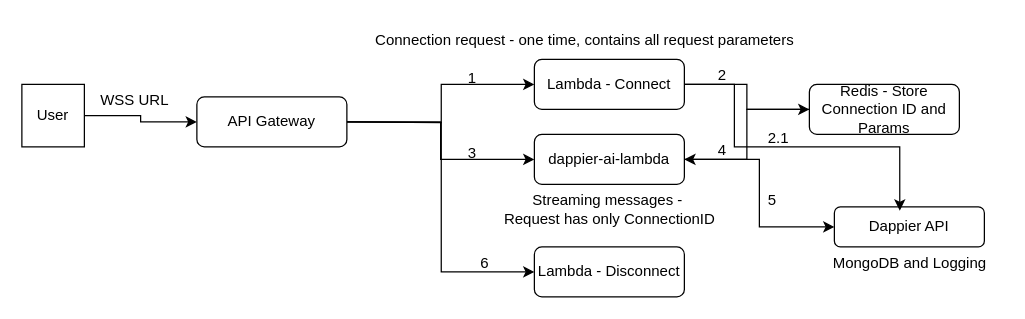
Above: utilities/Untitled Diagram.drawio in bloodyburger/datanix (draw.io), before the change. Source tidied: cells renumbered, new cells numbered last; positions are measured from the earlier drawing's top-left corner, leaving out a move shared by most shapes. Both pictures are drawn from the tidied source at 125%, with x=0, y=0 at pixel (21, 21).
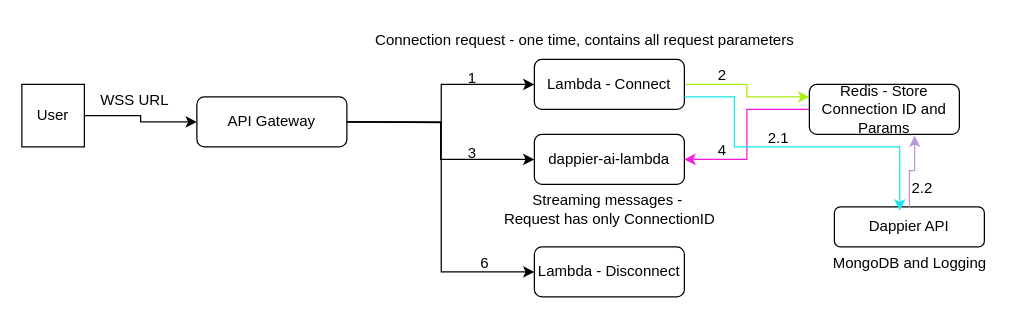
The same page after the edit.

Unchanged cells that the change refers to:
```xml
<mxCell id="7" value="Lambda - Connect" style="rounded=1;whiteSpace=wrap;html=1;" parent="1" vertex="1">
  <mxGeometry x="410" y="30" width="120" height="40" as="geometry" />
</mxCell>
<mxCell id="9" value="dappier-ai-lambda" style="rounded=1;whiteSpace=wrap;html=1;" parent="1" vertex="1">
  <mxGeometry x="410" y="90" width="120" height="40" as="geometry" />
</mxCell>
<mxCell id="17" value="Redis - Store Connection ID and Params" style="rounded=1;whiteSpace=wrap;html=1;" parent="1" vertex="1">
  <mxGeometry x="630" y="50" width="120" height="40" as="geometry" />
</mxCell>
<mxCell id="23" value="Dappier API" style="rounded=1;whiteSpace=wrap;html=1;" parent="1" vertex="1">
  <mxGeometry x="650" y="148" width="120" height="32" as="geometry" />
</mxCell>
```

What changed in the source:
```diff
@@
-    <mxCell id="6" style="edgeStyle=orthogonalEdgeStyle;rounded=0;jettySize=auto;html=1;entryX=0;entryY=0.5;entryDx=0;entryDy=0;" parent="1" edge="1" source="7" target="17">
-      <mxGeometry relative="1" as="geometry" />
+    <mxCell id="6" style="edgeStyle=orthogonalEdgeStyle;rounded=0;jettySize=auto;html=1;entryX=0;entryY=0.25;entryDx=0;entryDy=0;strokeColor=#a8ee11;" parent="1" edge="1" source="7" target="17">
+      <mxGeometry relative="1" as="geometry">
+        <Array as="points">
+          <mxPoint x="580" y="50" />
+          <mxPoint x="580" y="60" />
+        </Array>
+      </mxGeometry>
     </mxCell>
@@
-    <mxCell id="8" style="edgeStyle=orthogonalEdgeStyle;rounded=0;jettySize=auto;html=1;exitX=1;exitY=0.5;exitDx=0;exitDy=0;entryX=0;entryY=0.5;entryDx=0;entryDy=0;" parent="1" edge="1" source="9" target="23">
-      <mxGeometry relative="1" as="geometry" />
-    </mxCell>
@@
-    <mxCell id="16" style="edgeStyle=orthogonalEdgeStyle;rounded=0;jettySize=auto;html=1;entryX=1;entryY=0.5;entryDx=0;entryDy=0;" parent="1" edge="1" source="17" target="9">
+    <mxCell id="16" style="edgeStyle=orthogonalEdgeStyle;rounded=0;jettySize=auto;html=1;entryX=1;entryY=0.5;entryDx=0;entryDy=0;strokeColor=#FF17E0;" parent="1" edge="1" source="17" target="9">
       <mxGeometry relative="1" as="geometry" />
     </mxCell>
@@
-    <mxCell id="25" value="5" style="text;html=1;align=center;verticalAlign=middle;strokeColor=none;fillColor=none;" parent="1" vertex="1">
-      <mxGeometry x="585" y="128" width="30" height="30" as="geometry" />
-    </mxCell>
-    <mxCell id="26" style="edgeStyle=orthogonalEdgeStyle;rounded=0;jettySize=auto;html=1;entryX=0.436;entryY=0.094;entryDx=0;entryDy=0;entryPerimeter=0;" parent="1" edge="1" source="7" target="23">
+    <mxCell id="26" style="edgeStyle=orthogonalEdgeStyle;rounded=0;jettySize=auto;html=1;entryX=0.436;entryY=0.094;entryDx=0;entryDy=0;entryPerimeter=0;strokeColor=#1ae6ea;" parent="1" edge="1" source="7" target="23">
       <mxGeometry relative="1" as="geometry">
         <Array as="points">
-          <mxPoint x="570" y="50" />
+          <mxPoint x="570" y="60" />
           <mxPoint x="570" y="100" />
           <mxPoint x="702" y="100" />
         </Array>
       </mxGeometry>
     </mxCell>
@@
+    <mxCell id="28" style="edgeStyle=orthogonalEdgeStyle;rounded=0;jettySize=auto;html=1;entryX=0.702;entryY=1.025;entryDx=0;entryDy=0;entryPerimeter=0;strokeColor=#b899d6;" parent="1" edge="1" source="23" target="17">
+      <mxGeometry relative="1" as="geometry" />
+    </mxCell>
+    <mxCell id="29" value="2.2" style="text;html=1;align=center;verticalAlign=middle;strokeColor=none;fillColor=none;" parent="1" vertex="1">
+      <mxGeometry x="700" y="118" width="40" height="30" as="geometry" />
+    </mxCell>
```
